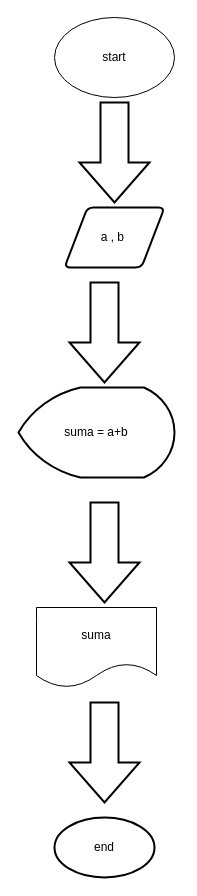
This is Diagrama sin título.drawio from jothaku/Lab_de_css, a draw.io file, before an edit. Source tidied: cells renumbered, new cells numbered last; positions are measured from the earlier drawing's top-left corner, leaving out a move shared by most shapes. Both pictures are drawn from the tidied source at 100%, with x=0, y=0 at pixel (18, 17).
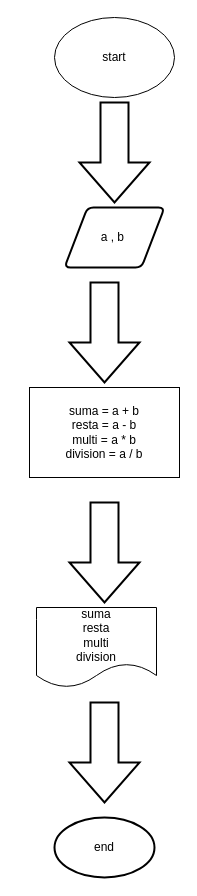
The same page after the edit.

The edit, as a diff of the source:
```diff
@@
 <mxGraphModel>
   <root>
     <mxCell id="0" />
     <mxCell id="1" parent="0" />
     <mxCell id="2" value="start&lt;br&gt;" style="ellipse;whiteSpace=wrap;html=1;" parent="1" vertex="1">
       <mxGeometry x="36" width="120" height="80" as="geometry" />
     </mxCell>
     <mxCell id="3" style="verticalLabelPosition=bottom;verticalAlign=top;html=1;strokeWidth=2;shape=mxgraph.arrows2.arrow;dy=0.6;dx=40;notch=0;rotation=90;" parent="1" vertex="1">
       <mxGeometry x="46" y="100" width="100" height="70" as="geometry" />
     </mxCell>
     <mxCell id="4" value="a , b&amp;nbsp;" style="shape=parallelogram;html=1;strokeWidth=2;perimeter=parallelogramPerimeter;whiteSpace=wrap;rounded=1;arcSize=12;size=0.23;" parent="1" vertex="1">
       <mxGeometry x="46" y="190" width="100" height="60" as="geometry" />
     </mxCell>
     <mxCell id="5" style="verticalLabelPosition=bottom;verticalAlign=top;html=1;strokeWidth=2;shape=mxgraph.arrows2.arrow;dy=0.6;dx=40;notch=0;rotation=90;" parent="1" vertex="1">
       <mxGeometry x="36" y="280" width="100" height="70" as="geometry" />
     </mxCell>
-    <mxCell id="6" value="suma = a+b" style="strokeWidth=2;html=1;shape=mxgraph.flowchart.display;whiteSpace=wrap;" parent="1" vertex="1">
-      <mxGeometry y="370" width="156" height="90" as="geometry" />
-    </mxCell>
     <mxCell id="7" style="verticalLabelPosition=bottom;verticalAlign=top;html=1;strokeWidth=2;shape=mxgraph.arrows2.arrow;dy=0.6;dx=40;notch=0;rotation=90;" parent="1" vertex="1">
       <mxGeometry x="36" y="500" width="100" height="70" as="geometry" />
     </mxCell>
-    <mxCell id="8" value="suma" style="shape=document;whiteSpace=wrap;html=1;boundedLbl=1;" parent="1" vertex="1">
+    <mxCell id="8" value="suma&lt;br&gt;resta&lt;br&gt;multi&lt;br&gt;division" style="shape=document;whiteSpace=wrap;html=1;boundedLbl=1;" parent="1" vertex="1">
       <mxGeometry x="18" y="590" width="120" height="80" as="geometry" />
     </mxCell>
     <mxCell id="9" style="verticalLabelPosition=bottom;verticalAlign=top;html=1;strokeWidth=2;shape=mxgraph.arrows2.arrow;dy=0.6;dx=40;notch=0;rotation=90;" parent="1" vertex="1">
       <mxGeometry x="36" y="700" width="100" height="70" as="geometry" />
     </mxCell>
     <mxCell id="10" value="end" style="strokeWidth=2;html=1;shape=mxgraph.flowchart.start_1;whiteSpace=wrap;" parent="1" vertex="1">
       <mxGeometry x="36" y="800" width="100" height="60" as="geometry" />
     </mxCell>
+    <mxCell id="11" value="suma = a + b&lt;br&gt;resta = a - b&lt;br&gt;multi = a * b&lt;br&gt;division = a / b" style="rounded=0;whiteSpace=wrap;html=1;" parent="1" vertex="1">
+      <mxGeometry x="11" y="370" width="150" height="90" as="geometry" />
+    </mxCell>
   </root>
 </mxGraphModel>
```
